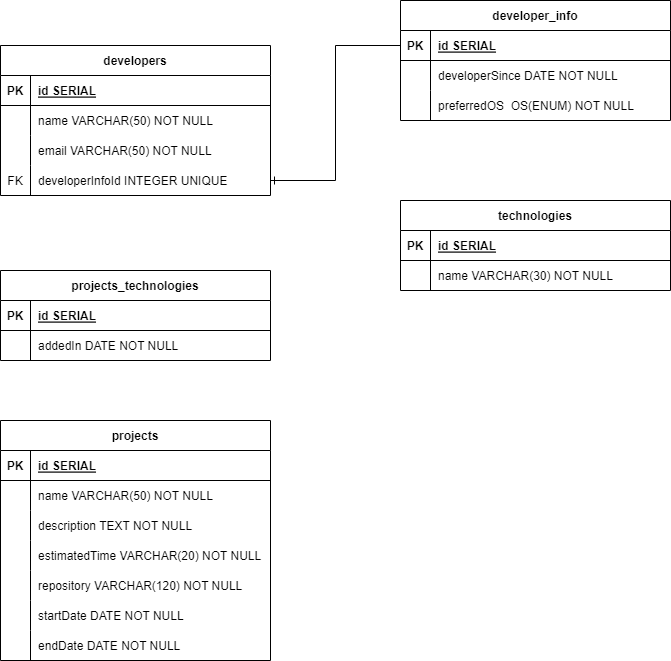
The draw.io diagram developersDER.drawio.png in LuccaHaddadSerejo/nodejs-crud-projetos_e_desenvolvedores, before a commit. Source tidied: cells renumbered, new cells last; positions are measured from the earlier drawing's top-left corner, leaving out a move shared by most shapes.
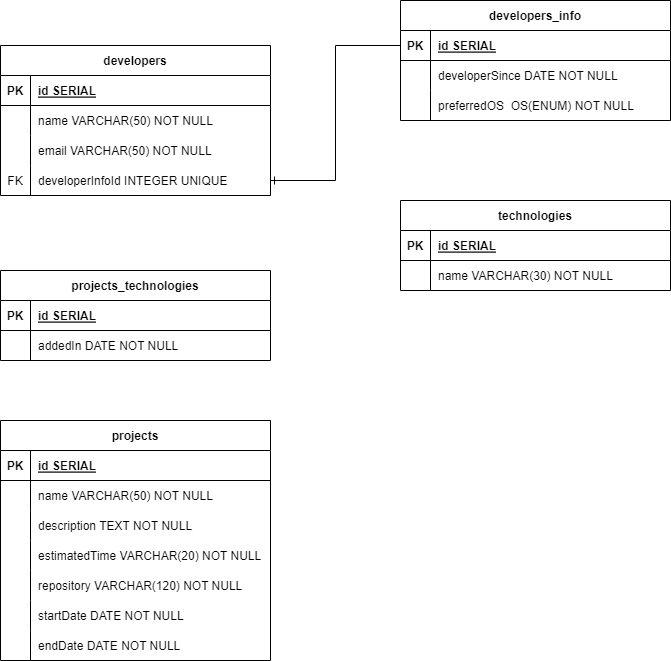
The same diagram one commit later.

Commit message:
feat: create info logic

What changed in the source:
```diff
@@ -41,7 +41,7 @@
     <mxCell id="14" value="developerInfoId INTEGER UNIQUE" style="shape=partialRectangle;overflow=hidden;fillColor=none;top=0;left=0;bottom=0;right=0;align=left;spacingLeft=6;" parent="12" vertex="1">
       <mxGeometry x="30" width="240" height="30" as="geometry" />
     </mxCell>
-    <mxCell id="15" value="developer_info" style="shape=table;startSize=30;rowLines=0;fontStyle=1;align=center;" parent="1" vertex="1">
+    <mxCell id="15" value="developers_info" style="shape=table;startSize=30;rowLines=0;fontStyle=1;align=center;" parent="1" vertex="1">
       <mxGeometry x="400" width="270" height="120" as="geometry" />
     </mxCell>
     <mxCell id="16" style="shape=partialRectangle;fillColor=none;points=[[0,0.5],[1,0.5]];portConstraint=eastwest;top=0;left=0;right=0;bottom=1;" parent="15" vertex="1">
```
